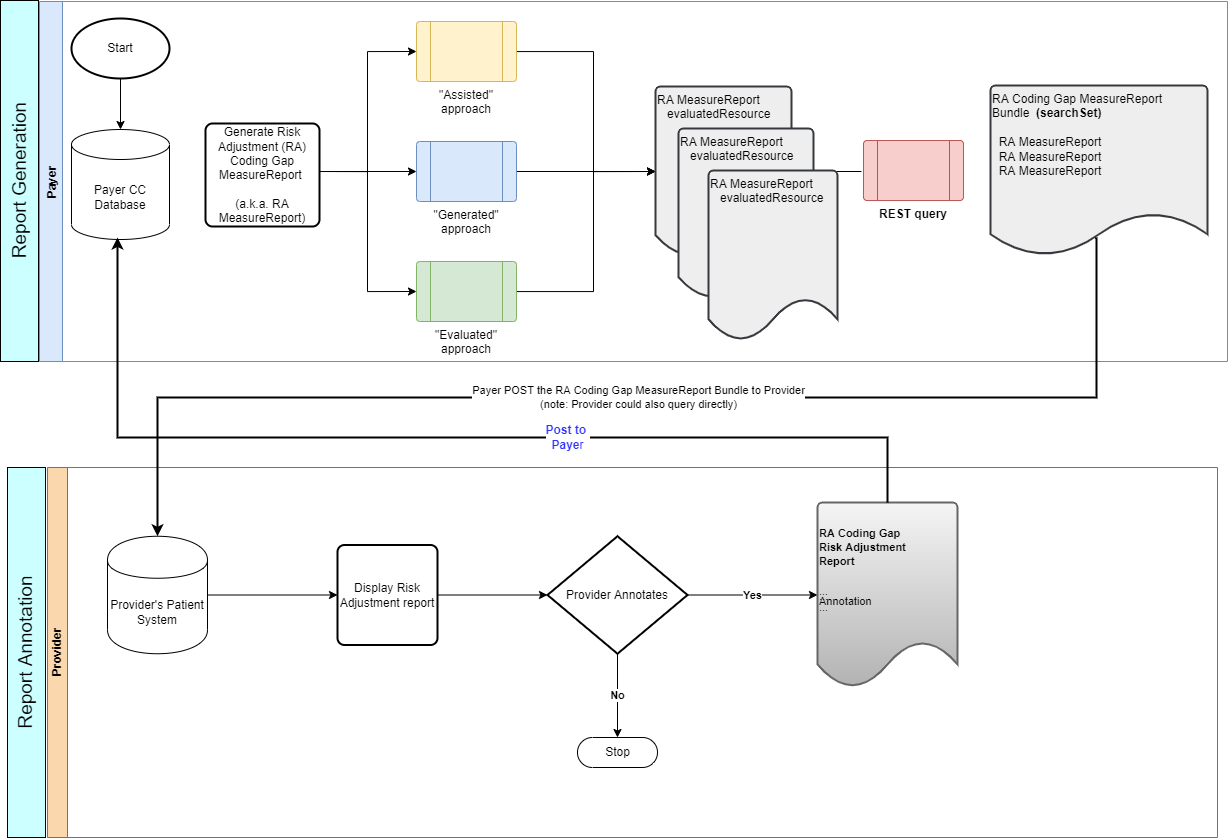
This is input/images/report-annotation-workflow.png from HL7/davinci-ra, a draw.io export, as it was before one commit. Source tidied: cells renumbered, new cells last; positions are measured from the earlier drawing's top-left corner, leaving out a move shared by most shapes.
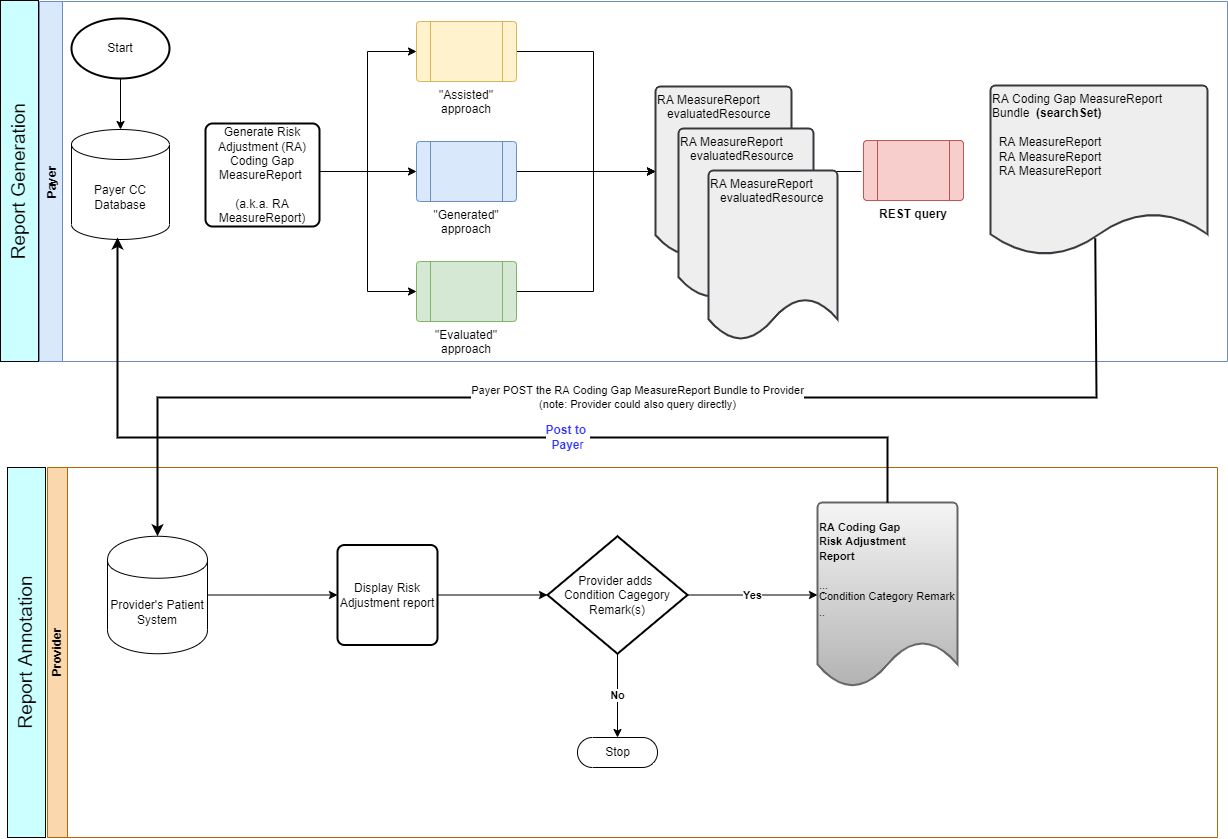
After the change.

Commit message:
Proposed changes for FHIR-40988 were added, Updates to General Guidance and Condition Category Remark pages.  (Changing Annotation to Condition Category Remark)

What changed in the source:
```diff
@@ -92,7 +92,7 @@
     <mxCell id="25" value="Display Risk Adjustment report" style="rounded=1;whiteSpace=wrap;html=1;absoluteArcSize=1;arcSize=14;strokeWidth=2;" parent="23" vertex="1">
       <mxGeometry x="290" y="77.5" width="100" height="100" as="geometry" />
     </mxCell>
-    <mxCell id="26" value="Provider Annotates" style="strokeWidth=2;html=1;shape=mxgraph.flowchart.decision;whiteSpace=wrap;" parent="23" vertex="1">
+    <mxCell id="26" value="Provider adds &lt;br&gt;Condition Cagegory&lt;br&gt;Remark(s)" style="strokeWidth=2;html=1;shape=mxgraph.flowchart.decision;whiteSpace=wrap;" parent="23" vertex="1">
       <mxGeometry x="500" y="68.8" width="140" height="117.5" as="geometry" />
     </mxCell>
     <mxCell id="27" value="Stop" style="html=1;dashed=0;whitespace=wrap;shape=mxgraph.dfd.start;" parent="23" vertex="1">
@@ -110,7 +110,7 @@
     <mxCell id="31" value="Yes" style="endArrow=classic;html=1;rounded=0;entryX=0;entryY=0.5;entryDx=0;entryDy=0;exitX=1;exitY=0.5;exitDx=0;exitDy=0;exitPerimeter=0;entryPerimeter=0;fontStyle=1;" parent="23" edge="1" source="26" target="32">
       <mxGeometry relative="1" as="geometry" />
     </mxCell>
-    <mxCell id="32" value="&lt;pre style=&quot;border-color: var(--border-color); line-height: 20%;&quot;&gt;&lt;b style=&quot;border-color: var(--border-color);&quot;&gt;&lt;font style=&quot;border-color: var(--border-color);&quot; face=&quot;Helvetica&quot;&gt;RA Coding Gap &lt;/font&gt;&lt;/b&gt;&lt;/pre&gt;&lt;pre style=&quot;border-color: var(--border-color); line-height: 20%;&quot;&gt;&lt;font style=&quot;border-color: var(--border-color);&quot; face=&quot;Helvetica&quot;&gt;&lt;b style=&quot;border-color: var(--border-color);&quot;&gt;&lt;font style=&quot;border-color: var(--border-color);&quot;&gt;Risk &lt;/font&gt;&lt;/b&gt;&lt;b style=&quot;border-color: var(--border-color);&quot;&gt;Adjustment&amp;nbsp;&lt;/b&gt;&lt;/font&gt;&lt;/pre&gt;&lt;pre style=&quot;border-color: var(--border-color); line-height: 20%;&quot;&gt;&lt;font style=&quot;border-color: var(--border-color);&quot; face=&quot;Helvetica&quot;&gt;&lt;b style=&quot;border-color: var(--border-color);&quot;&gt;Repor&lt;/b&gt;&lt;b style=&quot;border-color: var(--border-color);&quot;&gt;t&lt;/b&gt;&lt;/font&gt;&lt;/pre&gt;&lt;pre style=&quot;border-color: var(--border-color); line-height: 20%;&quot;&gt;&lt;font style=&quot;border-color: var(--border-color);&quot; face=&quot;Helvetica&quot;&gt;&lt;b style=&quot;border-color: var(--border-color);&quot;&gt;&lt;br&gt;&lt;/b&gt;&lt;/font&gt;&lt;/pre&gt;&lt;pre style=&quot;border-color: var(--border-color); line-height: 40%;&quot;&gt;&lt;font style=&quot;border-color: var(--border-color);&quot; face=&quot;Helvetica&quot;&gt;...&lt;br style=&quot;border-color: var(--border-color);&quot;&gt;...&lt;br style=&quot;border-color: var(--border-color);&quot;&gt;&lt;font style=&quot;border-color: var(--border-color);&quot;&gt;Annotation&lt;br style=&quot;border-color: var(--border-color);&quot;&gt;&lt;/font&gt;&lt;font style=&quot;border-color: var(--border-color);&quot;&gt;...&lt;/font&gt;&lt;/font&gt;&lt;/pre&gt;&lt;pre style=&quot;border-color: var(--border-color); line-height: 40%;&quot;&gt;&lt;font style=&quot;border-color: var(--border-color);&quot; face=&quot;Helvetica&quot;&gt;&lt;font style=&quot;border-color: var(--border-color);&quot;&gt;&lt;br&gt;&lt;/font&gt;&lt;/font&gt;&lt;/pre&gt;&lt;pre style=&quot;border-color: var(--border-color); line-height: 40%;&quot;&gt;&lt;font style=&quot;border-color: var(--border-color);&quot; face=&quot;Helvetica&quot;&gt;&lt;font style=&quot;border-color: var(--border-color);&quot;&gt;&lt;br&gt;&lt;/font&gt;&lt;/font&gt;&lt;/pre&gt;&lt;pre style=&quot;border-color: var(--border-color); line-height: 40%;&quot;&gt;&lt;font style=&quot;border-color: var(--border-color);&quot; face=&quot;Helvetica&quot;&gt;&lt;font style=&quot;border-color: var(--border-color);&quot;&gt;&lt;br&gt;&lt;/font&gt;&lt;/font&gt;&lt;/pre&gt;" style="strokeWidth=2;html=1;shape=mxgraph.flowchart.document2;whiteSpace=wrap;size=0.25;fontFamily=Helvetica;fontSize=11;align=left;labelBackgroundColor=none;fillColor=#f5f5f5;strokeColor=#666666;gradientColor=#b3b3b3;" parent="23" vertex="1">
+    <mxCell id="32" value="&lt;pre style=&quot;border-color: var(--border-color); line-height: 20%;&quot;&gt;&lt;b style=&quot;border-color: var(--border-color);&quot;&gt;&lt;font style=&quot;border-color: var(--border-color);&quot; face=&quot;Helvetica&quot;&gt;RA Coding Gap &lt;/font&gt;&lt;/b&gt;&lt;/pre&gt;&lt;pre style=&quot;border-color: var(--border-color); line-height: 20%;&quot;&gt;&lt;font style=&quot;border-color: var(--border-color);&quot; face=&quot;Helvetica&quot;&gt;&lt;b style=&quot;border-color: var(--border-color);&quot;&gt;&lt;font style=&quot;border-color: var(--border-color);&quot;&gt;Risk &lt;/font&gt;&lt;/b&gt;&lt;b style=&quot;border-color: var(--border-color);&quot;&gt;Adjustment&amp;nbsp;&lt;/b&gt;&lt;/font&gt;&lt;/pre&gt;&lt;pre style=&quot;border-color: var(--border-color); line-height: 20%;&quot;&gt;&lt;font style=&quot;border-color: var(--border-color);&quot; face=&quot;Helvetica&quot;&gt;&lt;b style=&quot;border-color: var(--border-color);&quot;&gt;Repor&lt;/b&gt;&lt;b style=&quot;border-color: var(--border-color);&quot;&gt;t&lt;/b&gt;&lt;/font&gt;&lt;/pre&gt;&lt;pre style=&quot;border-color: var(--border-color); line-height: 20%;&quot;&gt;&lt;font style=&quot;border-color: var(--border-color);&quot; face=&quot;Helvetica&quot;&gt;&lt;b style=&quot;border-color: var(--border-color);&quot;&gt;&lt;br&gt;&lt;/b&gt;&lt;/font&gt;&lt;/pre&gt;&lt;pre style=&quot;border-color: var(--border-color); line-height: 40%;&quot;&gt;&lt;font style=&quot;border-color: var(--border-color);&quot; face=&quot;Helvetica&quot;&gt;...&lt;br style=&quot;border-color: var(--border-color);&quot;&gt;...&lt;br style=&quot;border-color: var(--border-color);&quot;&gt;&lt;font style=&quot;border-color: var(--border-color);&quot;&gt;Condition Category Remark&lt;/font&gt;&lt;/font&gt;&lt;/pre&gt;&lt;pre style=&quot;border-color: var(--border-color); line-height: 40%;&quot;&gt;&lt;font style=&quot;border-color: var(--border-color);&quot; face=&quot;Helvetica&quot;&gt;&lt;font style=&quot;border-color: var(--border-color);&quot;&gt;..&lt;/font&gt;&lt;/font&gt;&lt;/pre&gt;&lt;pre style=&quot;border-color: var(--border-color); line-height: 40%;&quot;&gt;&lt;font style=&quot;border-color: var(--border-color);&quot; face=&quot;Helvetica&quot;&gt;&lt;font style=&quot;border-color: var(--border-color);&quot;&gt;&lt;br&gt;&lt;/font&gt;&lt;/font&gt;&lt;/pre&gt;&lt;pre style=&quot;border-color: var(--border-color); line-height: 40%;&quot;&gt;&lt;font style=&quot;border-color: var(--border-color);&quot; face=&quot;Helvetica&quot;&gt;&lt;font style=&quot;border-color: var(--border-color);&quot;&gt;&lt;br&gt;&lt;/font&gt;&lt;/font&gt;&lt;/pre&gt;&lt;pre style=&quot;border-color: var(--border-color); line-height: 40%;&quot;&gt;&lt;font style=&quot;border-color: var(--border-color);&quot; face=&quot;Helvetica&quot;&gt;&lt;font style=&quot;border-color: var(--border-color);&quot;&gt;&lt;br&gt;&lt;/font&gt;&lt;/font&gt;&lt;/pre&gt;" style="strokeWidth=2;html=1;shape=mxgraph.flowchart.document2;whiteSpace=wrap;size=0.25;fontFamily=Helvetica;fontSize=11;align=left;labelBackgroundColor=none;fillColor=#f5f5f5;strokeColor=#666666;gradientColor=#b3b3b3;" parent="23" vertex="1">
       <mxGeometry x="770" y="35" width="140" height="185" as="geometry" />
     </mxCell>
     <mxCell id="33" value="&lt;font style=&quot;font-size: 19px;&quot;&gt;Report Annotation&lt;/font&gt;" style="rounded=0;whiteSpace=wrap;html=1;fillColor=#CCFFFF;verticalAlign=middle;horizontal=0;" parent="1" vertex="1">
```
